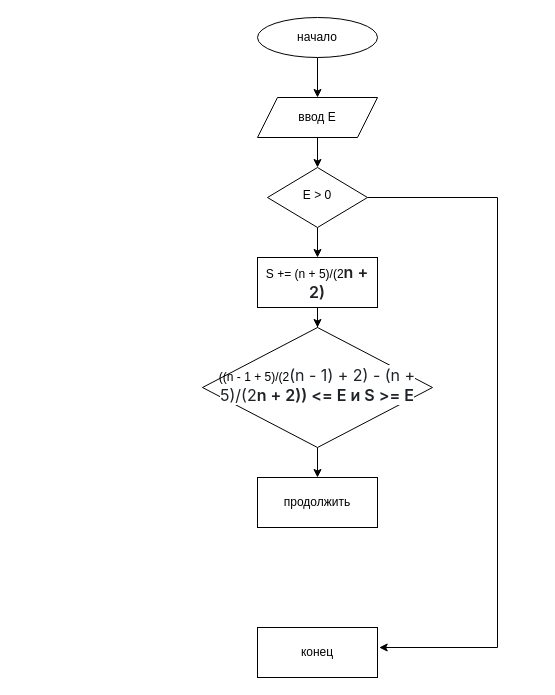
Above: blockDiagram3.drawio in Marickyare/rep (draw.io), before the change. Source tidied: cells renumbered, new cells numbered last; positions are measured from the earlier drawing's top-left corner, leaving out a move shared by most shapes. Both pictures are drawn from the tidied source at 100%, with x=0, y=0 at pixel (202, 17).
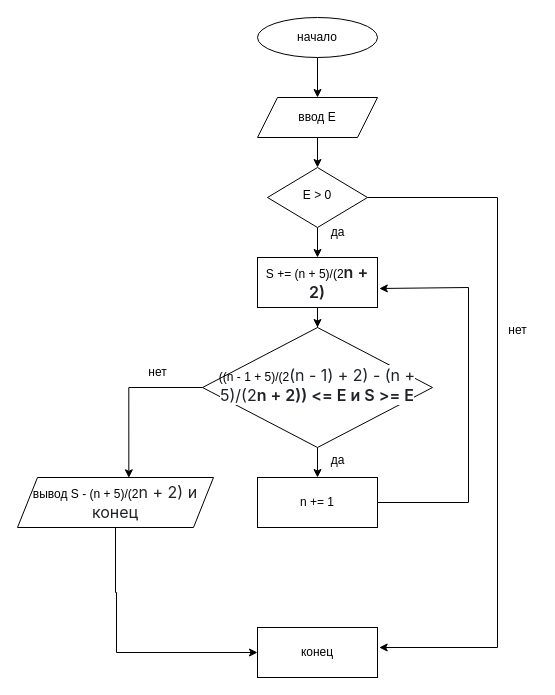
The same diagram, later.

The change refers to these unchanged cells:
```xml
<mxCell id="10" value="S += (n + 5)/(2&lt;span style=&quot;box-sizing: border-box; font-weight: var(--base-text-weight-semibold, 600); color: rgb(31, 35, 40); font-family: -apple-system, BlinkMacSystemFont, &amp;quot;Segoe UI&amp;quot;, &amp;quot;Noto Sans&amp;quot;, Helvetica, Arial, sans-serif, &amp;quot;Apple Color Emoji&amp;quot;, &amp;quot;Segoe UI Emoji&amp;quot;; font-size: 16px; text-align: start; background-color: rgb(255, 255, 255);&quot;&gt;n + 2)&lt;/span&gt;" style="rounded=0;whiteSpace=wrap;html=1;" parent="1" vertex="1">
  <mxGeometry x="55" y="240" width="120" height="50" as="geometry" />
</mxCell>
<mxCell id="12" value="((n - 1 + 5)/(2&lt;span style=&quot;color: rgb(31, 35, 40); font-family: -apple-system, BlinkMacSystemFont, &amp;quot;Segoe UI&amp;quot;, &amp;quot;Noto Sans&amp;quot;, Helvetica, Arial, sans-serif, &amp;quot;Apple Color Emoji&amp;quot;, &amp;quot;Segoe UI Emoji&amp;quot;; font-size: 16px; text-align: start; background-color: rgb(255, 255, 255);&quot;&gt;(n - 1) + 2) - (n + 5)/(2&lt;/span&gt;&lt;span style=&quot;box-sizing: border-box; font-weight: var(--base-text-weight-semibold, 600); color: rgb(31, 35, 40); font-family: -apple-system, BlinkMacSystemFont, &amp;quot;Segoe UI&amp;quot;, &amp;quot;Noto Sans&amp;quot;, Helvetica, Arial, sans-serif, &amp;quot;Apple Color Emoji&amp;quot;, &amp;quot;Segoe UI Emoji&amp;quot;; font-size: 16px; text-align: start; background-color: rgb(255, 255, 255);&quot;&gt;n + 2)) &amp;lt;= E и S &amp;gt;= E&lt;/span&gt;" style="rhombus;whiteSpace=wrap;html=1;shadow=0;fontFamily=Helvetica;fontSize=12;align=center;strokeWidth=1;spacing=6;spacingTop=-4;" parent="1" vertex="1">
  <mxGeometry y="310" width="230" height="120" as="geometry" />
</mxCell>
<mxCell id="14" value="конец" style="rounded=0;whiteSpace=wrap;html=1;" parent="1" vertex="1">
  <mxGeometry x="55" y="610" width="120" height="50" as="geometry" />
</mxCell>
```

Diff of the diagram source:
```diff
@@
+    <mxCell id="15" style="edgeStyle=orthogonalEdgeStyle;rounded=0;jettySize=auto;html=1;entryX=1.015;entryY=0.62;entryDx=0;entryDy=0;entryPerimeter=0;" parent="1" edge="1" source="13" target="10">
+      <mxGeometry relative="1" as="geometry">
+        <Array as="points">
+          <mxPoint x="266" y="485" />
+          <mxPoint x="266" y="270" />
+          <mxPoint x="177" y="270" />
+        </Array>
+      </mxGeometry>
+    </mxCell>
-    <mxCell id="13" value="продолжить" style="rounded=0;whiteSpace=wrap;html=1;" parent="1" vertex="1">
+    <mxCell id="13" value="n += 1" style="rounded=0;whiteSpace=wrap;html=1;" parent="1" vertex="1">
       <mxGeometry x="55" y="460" width="120" height="50" as="geometry" />
     </mxCell>
@@
+    <mxCell id="16" style="edgeStyle=orthogonalEdgeStyle;rounded=0;jettySize=auto;html=1;entryX=0;entryY=0.5;entryDx=0;entryDy=0;" parent="1" edge="1" source="17" target="14">
+      <mxGeometry relative="1" as="geometry">
+        <Array as="points">
+          <mxPoint x="-87" y="575" />
+          <mxPoint x="-86" y="635" />
+        </Array>
+      </mxGeometry>
+    </mxCell>
+    <mxCell id="17" value="вывод S - (n + 5)/(2&lt;span style=&quot;color: rgb(31, 35, 40); font-family: -apple-system, BlinkMacSystemFont, &amp;quot;Segoe UI&amp;quot;, &amp;quot;Noto Sans&amp;quot;, Helvetica, Arial, sans-serif, &amp;quot;Apple Color Emoji&amp;quot;, &amp;quot;Segoe UI Emoji&amp;quot;; font-size: 16px; text-align: start; background-color: rgb(255, 255, 255);&quot;&gt;n + 2) и конец&lt;/span&gt;" style="shape=parallelogram;perimeter=parallelogramPerimeter;whiteSpace=wrap;html=1;fixedSize=1;" parent="1" vertex="1">
+      <mxGeometry x="-185" y="460" width="196" height="50" as="geometry" />
+    </mxCell>
+    <mxCell id="18" value="нет" style="text;html=1;align=center;verticalAlign=middle;strokeColor=none;fillColor=none;" parent="1" vertex="1">
+      <mxGeometry x="295" y="298" width="40" height="30" as="geometry" />
+    </mxCell>
+    <mxCell id="19" value="да" style="text;html=1;align=center;verticalAlign=middle;strokeColor=none;fillColor=none;" parent="1" vertex="1">
+      <mxGeometry x="115" y="200" width="40" height="30" as="geometry" />
+    </mxCell>
+    <mxCell id="20" value="да" style="text;html=1;align=center;verticalAlign=middle;strokeColor=none;fillColor=none;" parent="1" vertex="1">
+      <mxGeometry x="115" y="428" width="40" height="30" as="geometry" />
+    </mxCell>
+    <mxCell id="21" value="нет" style="text;html=1;align=center;verticalAlign=middle;strokeColor=none;fillColor=none;" parent="1" vertex="1">
+      <mxGeometry x="-65" y="340" width="40" height="30" as="geometry" />
+    </mxCell>
+    <mxCell id="22" style="edgeStyle=orthogonalEdgeStyle;rounded=0;jettySize=auto;html=1;exitX=0;exitY=0.5;exitDx=0;exitDy=0;entryX=0.568;entryY=0.006;entryDx=0;entryDy=0;entryPerimeter=0;" parent="1" edge="1" source="12" target="17">
+      <mxGeometry relative="1" as="geometry" />
+    </mxCell>
```
